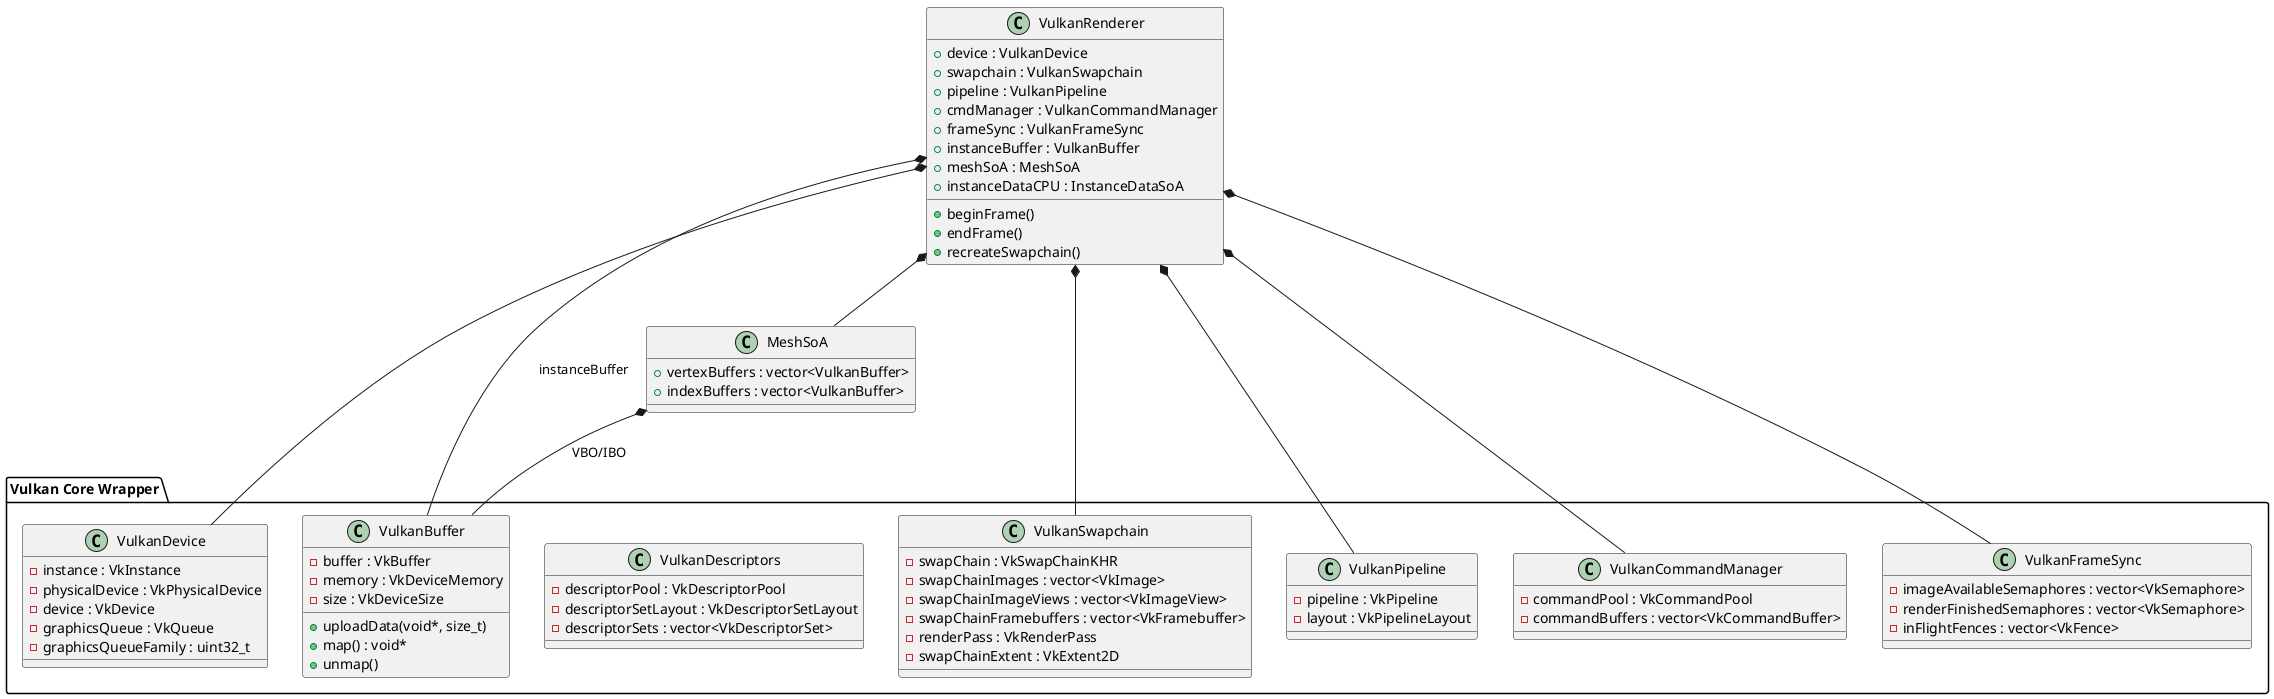
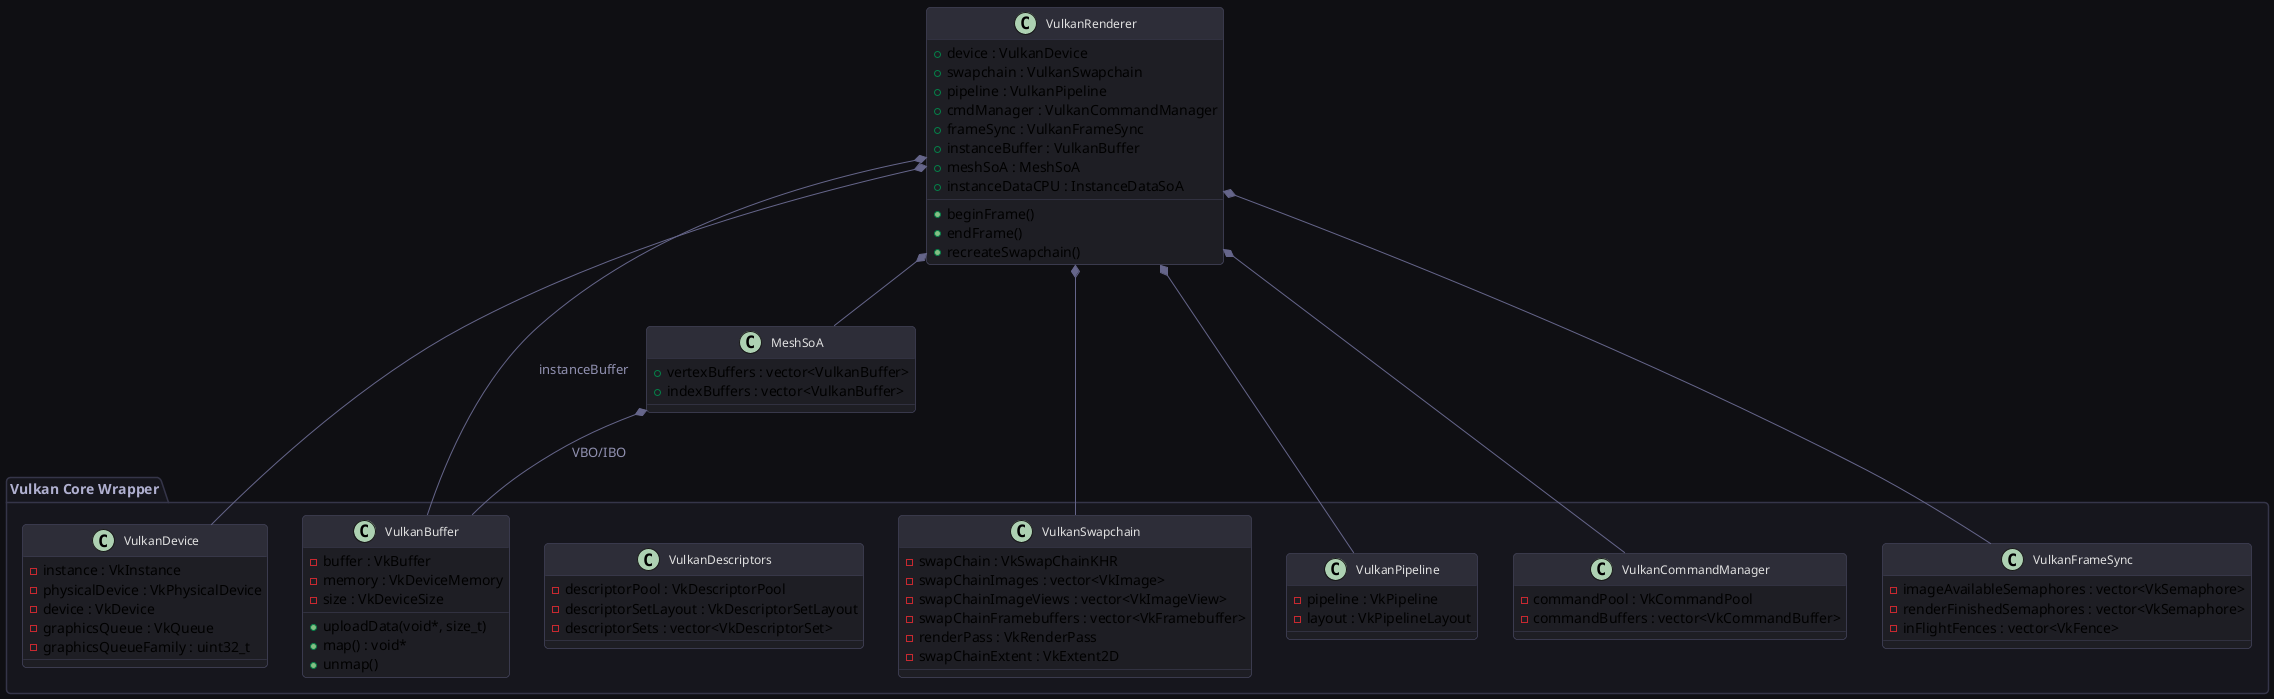
@startuml VulkanLayer
+ 
+ ' Modern Dark/Slate Theme configuration
+ skinparam BackgroundColor #0f0f13
+ skinparam RoundCorner 8
+ skinparam Shadowing false
+ skinparam Class {
+     BackgroundColor #1e1e24
+     BorderColor #44445c
+     FontColor #e0e0e0
+     FontSize 12
+     FontName "Segoe UI"
+     HeaderBackgroundColor #2d2d38
+ }
+ skinparam Package {
+     BackgroundColor #16161d
+     BorderColor #353549
+     FontColor #b0b0d0
+     FontName "Segoe UI"
+ }
+ skinparam Arrow {
+     Color #65658a
+     FontColor #9090b0
+     FontName "Segoe UI"
+ }

package "Vulkan Core Wrapper" {
    class VulkanDevice {
        - instance : VkInstance
        - physicalDevice : VkPhysicalDevice
        - device : VkDevice
        - graphicsQueue : VkQueue
        - graphicsQueueFamily : uint32_t
    }

    class VulkanSwapchain {
        - swapChain : VkSwapChainKHR
        - swapChainImages : vector<VkImage>
        - swapChainImageViews : vector<VkImageView>
        - swapChainFramebuffers : vector<VkFramebuffer>
        - renderPass : VkRenderPass
        - swapChainExtent : VkExtent2D
    }

    class VulkanPipeline {
        - pipeline : VkPipeline
        - layout : VkPipelineLayout
    }

    class VulkanBuffer {
        - buffer : VkBuffer
        - memory : VkDeviceMemory
        - size : VkDeviceSize
        + uploadData(void*, size_t)
        + map() : void*
        + unmap()
    }

    class VulkanDescriptors {
        - descriptorPool : VkDescriptorPool
        - descriptorSetLayout : VkDescriptorSetLayout
        - descriptorSets : vector<VkDescriptorSet>
    }

    class VulkanCommandManager {
        - commandPool : VkCommandPool
        - commandBuffers : vector<VkCommandBuffer>
    }

    class VulkanFrameSync {
        - imageAvailableSemaphores : vector<VkSemaphore>
        - renderFinishedSemaphores : vector<VkSemaphore>
        - inFlightFences : vector<VkFence>
    }
}

class VulkanRenderer {
    + device : VulkanDevice
    + swapchain : VulkanSwapchain
    + pipeline : VulkanPipeline
    + cmdManager : VulkanCommandManager
    + frameSync : VulkanFrameSync
    + instanceBuffer : VulkanBuffer
    + meshSoA : MeshSoA
    + instanceDataCPU : InstanceDataSoA
    + beginFrame()
    + endFrame()
    + recreateSwapchain()
}

class MeshSoA {
    + vertexBuffers : vector<VulkanBuffer>
    + indexBuffers : vector<VulkanBuffer>
}

VulkanRenderer *-- VulkanDevice
VulkanRenderer *-- VulkanSwapchain
VulkanRenderer *-- VulkanPipeline
VulkanRenderer *-- VulkanCommandManager
VulkanRenderer *-- VulkanFrameSync
VulkanRenderer *-- VulkanBuffer : instanceBuffer
VulkanRenderer *-- MeshSoA
MeshSoA *-- VulkanBuffer : VBO/IBO
@enduml
